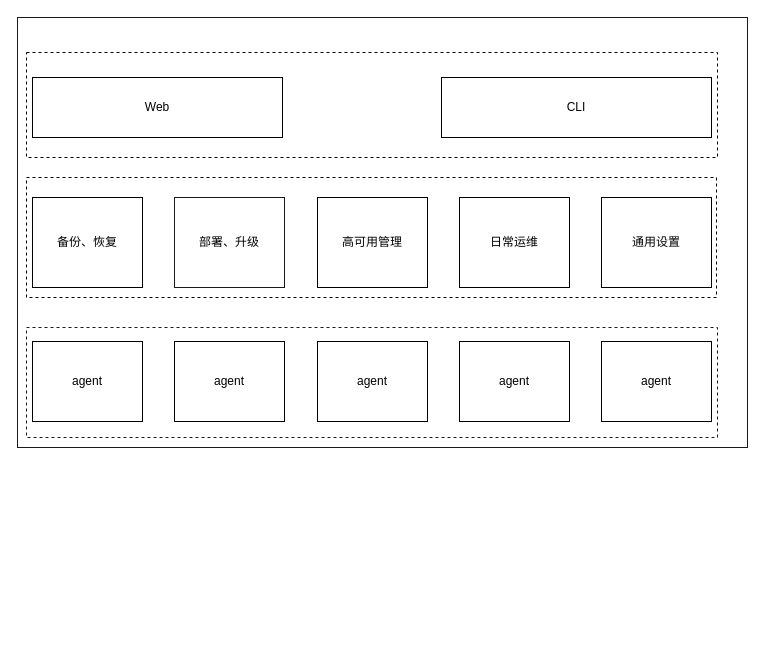
Earlier version of the draw.io diagram docs/images/frabit.drawio (frabits/frabit). Source tidied: cells renumbered, new cells numbered last; positions are measured from the earlier drawing's top-left corner, leaving out a move shared by most shapes. Both pictures are drawn from the tidied source at 100%, with x=0, y=0 at pixel (17, 17).
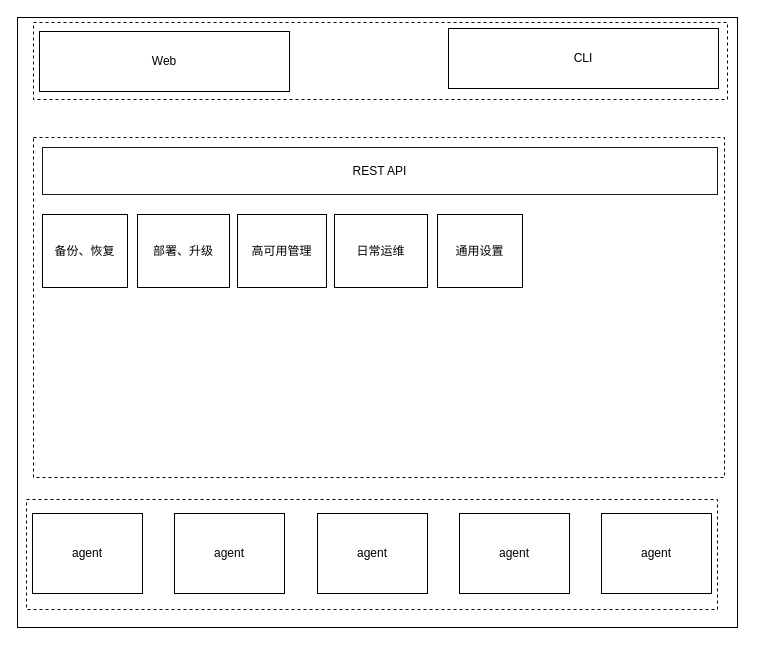
The same diagram, later.

Change to the diagram source:
```diff
@@
 <mxGraphModel>
   <root>
     <mxCell id="0" />
     <mxCell id="1" parent="0" />
-    <mxCell id="2" style="rounded=0;whiteSpace=wrap;html=1;strokeColor=#1A1A1A;fillColor=#FFFFFF;" parent="1" vertex="1">
-      <mxGeometry width="730" height="430" as="geometry" />
+    <mxCell id="2" style="rounded=0;whiteSpace=wrap;html=1;" parent="1" vertex="1">
+      <mxGeometry width="720" height="610" as="geometry" />
     </mxCell>
     <mxCell id="3" style="rounded=0;whiteSpace=wrap;html=1;dashed=1;" parent="1" vertex="1">
-      <mxGeometry x="9" y="35" width="691" height="105" as="geometry" />
+      <mxGeometry x="16" y="5" width="694" height="77" as="geometry" />
     </mxCell>
     <mxCell id="4" value="Web" style="rounded=0;whiteSpace=wrap;html=1;" parent="1" vertex="1">
-      <mxGeometry x="15" y="60" width="250" height="60" as="geometry" />
+      <mxGeometry x="22" y="14" width="250" height="60" as="geometry" />
     </mxCell>
     <mxCell id="5" value="CLI" style="rounded=0;whiteSpace=wrap;html=1;" parent="1" vertex="1">
-      <mxGeometry x="424" y="60" width="270" height="60" as="geometry" />
+      <mxGeometry x="431" y="11" width="270" height="60" as="geometry" />
     </mxCell>
     <mxCell id="6" style="rounded=0;whiteSpace=wrap;html=1;dashed=1;" parent="1" vertex="1">
-      <mxGeometry x="9" y="160" width="690" height="120" as="geometry" />
+      <mxGeometry x="16" y="120" width="691" height="340" as="geometry" />
     </mxCell>
-    <mxCell id="7" value="部署、升级" style="rounded=0;whiteSpace=wrap;html=1;fillColor=#FFFFFF;strokeColor=#1A1A1A;" parent="1" vertex="1">
-      <mxGeometry x="157" y="180" width="110" height="90" as="geometry" />
+    <mxCell id="7" value="部署、升级" style="rounded=0;whiteSpace=wrap;html=1;" parent="1" vertex="1">
+      <mxGeometry x="120" y="197" width="92" height="73" as="geometry" />
     </mxCell>
-    <mxCell id="8" value="高可用管理" style="rounded=0;whiteSpace=wrap;html=1;fillColor=#FFFFFF;" parent="1" vertex="1">
-      <mxGeometry x="300" y="180" width="110" height="90" as="geometry" />
+    <mxCell id="8" value="高可用管理" style="rounded=0;whiteSpace=wrap;html=1;" parent="1" vertex="1">
+      <mxGeometry x="220" y="197" width="89" height="73" as="geometry" />
     </mxCell>
-    <mxCell id="9" value="日常运维" style="rounded=0;whiteSpace=wrap;html=1;fillColor=#FFFFFF;" parent="1" vertex="1">
-      <mxGeometry x="442" y="180" width="110" height="90" as="geometry" />
+    <mxCell id="9" value="日常运维" style="rounded=0;whiteSpace=wrap;html=1;" parent="1" vertex="1">
+      <mxGeometry x="317" y="197" width="93" height="73" as="geometry" />
     </mxCell>
-    <mxCell id="10" value="通用设置" style="rounded=0;whiteSpace=wrap;html=1;fillColor=#FFFFFF;" parent="1" vertex="1">
-      <mxGeometry x="584" y="180" width="110" height="90" as="geometry" />
+    <mxCell id="10" value="通用设置" style="rounded=0;whiteSpace=wrap;html=1;" parent="1" vertex="1">
+      <mxGeometry x="420" y="197" width="85" height="73" as="geometry" />
     </mxCell>
-    <mxCell id="11" value="备份、恢复" style="rounded=0;whiteSpace=wrap;html=1;fillColor=#FFFFFF;" parent="1" vertex="1">
-      <mxGeometry x="15" y="180" width="110" height="90" as="geometry" />
+    <mxCell id="11" value="备份、恢复" style="rounded=0;whiteSpace=wrap;html=1;" parent="1" vertex="1">
+      <mxGeometry x="25" y="197" width="85" height="73" as="geometry" />
     </mxCell>
-    <mxCell id="12" style="rounded=0;whiteSpace=wrap;html=1;strokeColor=#1A1A1A;fillColor=#FFFFFF;dashed=1;" parent="1" vertex="1">
-      <mxGeometry x="9" y="310" width="691" height="110" as="geometry" />
+    <mxCell id="12" style="rounded=0;whiteSpace=wrap;html=1;dashed=1;" parent="1" vertex="1">
+      <mxGeometry x="9" y="482" width="691" height="110" as="geometry" />
     </mxCell>
     <mxCell id="13" value="agent" style="rounded=0;whiteSpace=wrap;html=1;" parent="1" vertex="1">
-      <mxGeometry x="15" y="324" width="110" height="80" as="geometry" />
+      <mxGeometry x="15" y="496" width="110" height="80" as="geometry" />
     </mxCell>
     <mxCell id="14" value="agent" style="rounded=0;whiteSpace=wrap;html=1;" parent="1" vertex="1">
-      <mxGeometry x="157" y="324" width="110" height="80" as="geometry" />
+      <mxGeometry x="157" y="496" width="110" height="80" as="geometry" />
     </mxCell>
     <mxCell id="15" value="agent" style="rounded=0;whiteSpace=wrap;html=1;" parent="1" vertex="1">
-      <mxGeometry x="300" y="324" width="110" height="80" as="geometry" />
+      <mxGeometry x="300" y="496" width="110" height="80" as="geometry" />
     </mxCell>
     <mxCell id="16" value="agent" style="rounded=0;whiteSpace=wrap;html=1;" parent="1" vertex="1">
-      <mxGeometry x="442" y="324" width="110" height="80" as="geometry" />
+      <mxGeometry x="442" y="496" width="110" height="80" as="geometry" />
     </mxCell>
     <mxCell id="17" value="agent" style="rounded=0;whiteSpace=wrap;html=1;" parent="1" vertex="1">
-      <mxGeometry x="584" y="324" width="110" height="80" as="geometry" />
+      <mxGeometry x="584" y="496" width="110" height="80" as="geometry" />
     </mxCell>
+    <mxCell id="18" value="REST API" style="rounded=0;whiteSpace=wrap;html=1;strokeColor=#1A1A1A;fillColor=#FFFFFF;" parent="1" vertex="1">
+      <mxGeometry x="25" y="130" width="675" height="47" as="geometry" />
+    </mxCell>
   </root>
 </mxGraphModel>
```
